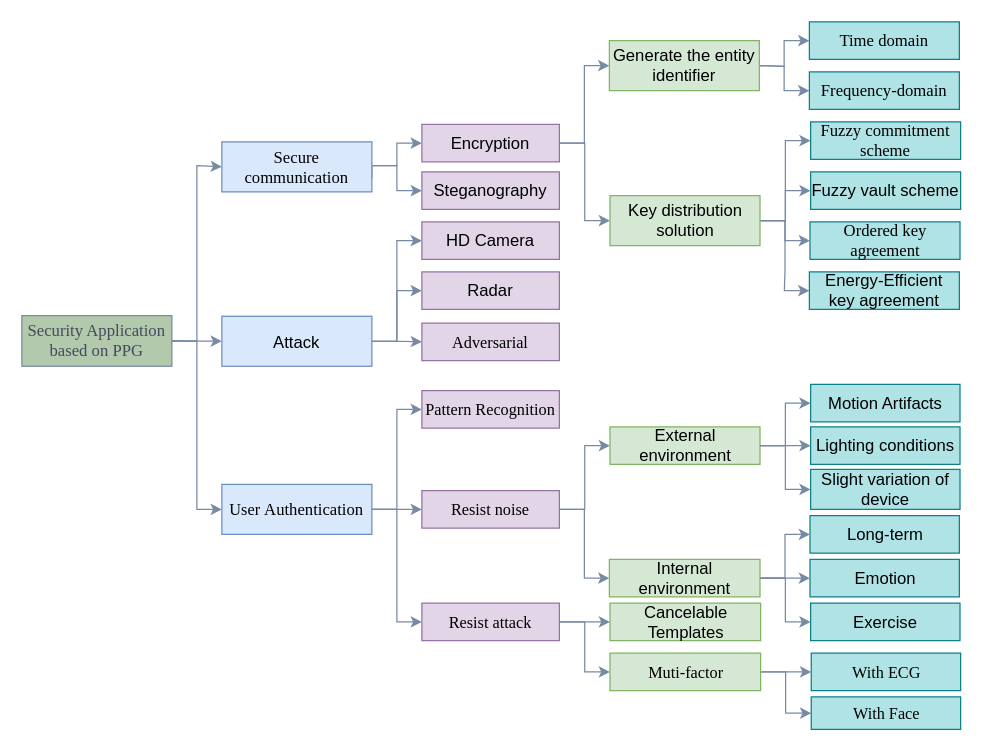
This is classDiagram.drawio from NasTul/Diagrams, a draw.io file, before an edit. Source tidied: cells renumbered, new cells numbered last; positions are measured from the earlier drawing's top-left corner, leaving out a move shared by most shapes. Both pictures are drawn from the tidied source at 125%, with x=0, y=0 at pixel (21, 21).
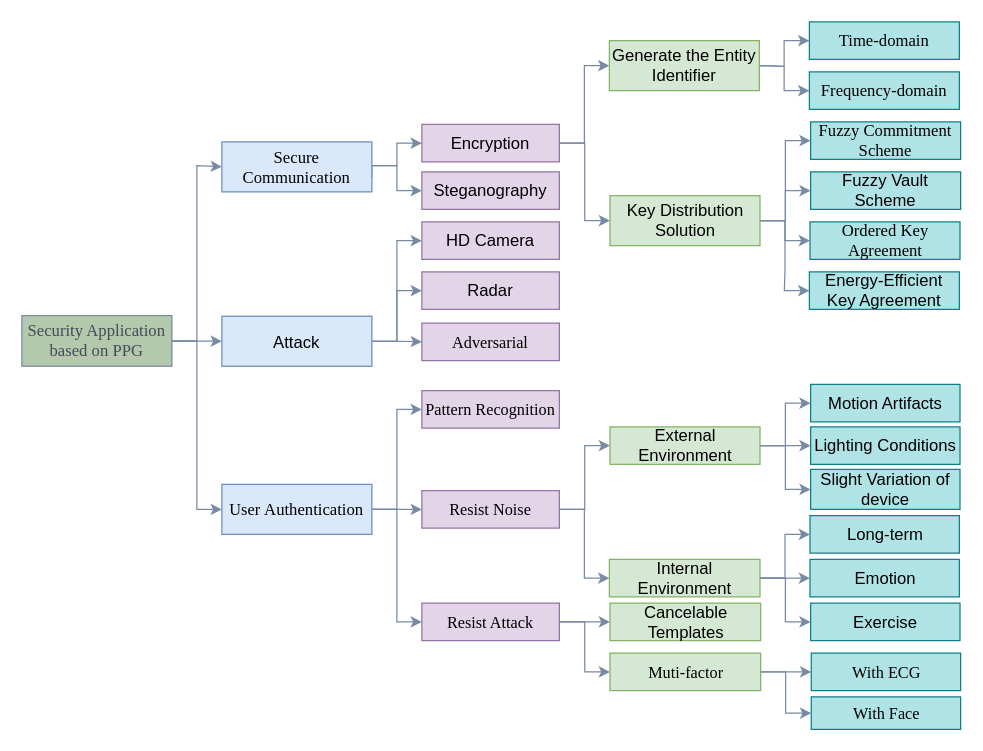
The same diagram, later.

The edit, as a diff of the source:
```diff
@@
-    <mxCell id="10" value="&lt;span style=&quot;font-size: 10pt&quot;&gt;&lt;font face=&quot;Times New Roman&quot;&gt;Secure communication&lt;/font&gt;&lt;/span&gt;" style="rounded=0;whiteSpace=wrap;html=1;fillColor=#dae8fc;strokeColor=#6c8ebf;" parent="1" vertex="1">
+    <mxCell id="10" value="&lt;span style=&quot;font-size: 10pt&quot;&gt;&lt;font face=&quot;Times New Roman&quot;&gt;Secure Communication&lt;/font&gt;&lt;/span&gt;" style="rounded=0;whiteSpace=wrap;html=1;fillColor=#dae8fc;strokeColor=#6c8ebf;" parent="1" vertex="1">
       <mxGeometry x="160" y="96" width="120" height="40" as="geometry" />
     </mxCell>
@@
-    <mxCell id="21" value="&lt;span style=&quot;font-family: &amp;#34;noto_regular&amp;#34; ; font-size: 10pt&quot;&gt;Generate the entity identifier&lt;/span&gt;" style="rounded=0;whiteSpace=wrap;html=1;fillColor=#d5e8d4;strokeColor=#82b366;" parent="1" vertex="1">
+    <mxCell id="21" value="&lt;span style=&quot;font-family: &amp;#34;noto_regular&amp;#34; ; font-size: 10pt&quot;&gt;Generate the Entity Identifier&lt;/span&gt;" style="rounded=0;whiteSpace=wrap;html=1;fillColor=#d5e8d4;strokeColor=#82b366;" parent="1" vertex="1">
       <mxGeometry x="470" y="15" width="120" height="40" as="geometry" />
     </mxCell>
@@
-    <mxCell id="26" value="&lt;span style=&quot;font-family: &amp;#34;noto_regular&amp;#34; ; font-size: 10pt&quot;&gt;Key distribution solution&lt;/span&gt;" style="rounded=0;whiteSpace=wrap;html=1;fillColor=#d5e8d4;strokeColor=#82b366;" parent="1" vertex="1">
+    <mxCell id="26" value="&lt;span style=&quot;font-family: &amp;#34;noto_regular&amp;#34; ; font-size: 10pt&quot;&gt;Key Distribution Solution&lt;/span&gt;" style="rounded=0;whiteSpace=wrap;html=1;fillColor=#d5e8d4;strokeColor=#82b366;" parent="1" vertex="1">
       <mxGeometry x="470.5" y="139" width="120" height="40" as="geometry" />
     </mxCell>
-    <mxCell id="27" value="&lt;span style=&quot;font-size: 10pt&quot;&gt;&lt;font face=&quot;Times New Roman&quot;&gt;Fuzzy commitment scheme&lt;/font&gt;&lt;/span&gt;" style="rounded=0;whiteSpace=wrap;html=1;fillColor=#b0e3e6;strokeColor=#0e8088;" parent="1" vertex="1">
+    <mxCell id="27" value="&lt;span style=&quot;font-size: 10pt&quot;&gt;&lt;font face=&quot;Times New Roman&quot;&gt;Fuzzy Commitment Scheme&lt;/font&gt;&lt;/span&gt;" style="rounded=0;whiteSpace=wrap;html=1;fillColor=#b0e3e6;strokeColor=#0e8088;" parent="1" vertex="1">
       <mxGeometry x="631" y="80" width="120" height="30" as="geometry" />
     </mxCell>
-    <mxCell id="28" value="&lt;span style=&quot;font-family: &amp;#34;noto_regular&amp;#34; ; font-size: 10pt&quot;&gt;Fuzzy vault scheme&lt;/span&gt;" style="rounded=0;whiteSpace=wrap;html=1;fillColor=#b0e3e6;strokeColor=#0e8088;" parent="1" vertex="1">
+    <mxCell id="28" value="&lt;span style=&quot;font-family: &amp;#34;noto_regular&amp;#34; ; font-size: 10pt&quot;&gt;Fuzzy Vault Scheme&lt;/span&gt;" style="rounded=0;whiteSpace=wrap;html=1;fillColor=#b0e3e6;strokeColor=#0e8088;" parent="1" vertex="1">
       <mxGeometry x="631" y="120" width="120" height="30" as="geometry" />
     </mxCell>
-    <mxCell id="29" value="&lt;span style=&quot;font-size: 10pt&quot;&gt;&lt;font face=&quot;Times New Roman&quot;&gt;Ordered key agreement&lt;/font&gt;&lt;/span&gt;" style="rounded=0;whiteSpace=wrap;html=1;fillColor=#b0e3e6;strokeColor=#0e8088;" parent="1" vertex="1">
+    <mxCell id="29" value="&lt;span style=&quot;font-size: 10pt&quot;&gt;&lt;font face=&quot;Times New Roman&quot;&gt;Ordered Key Agreement&lt;/font&gt;&lt;/span&gt;" style="rounded=0;whiteSpace=wrap;html=1;fillColor=#b0e3e6;strokeColor=#0e8088;" parent="1" vertex="1">
       <mxGeometry x="630.5" y="160" width="120" height="30" as="geometry" />
     </mxCell>
-    <mxCell id="30" value="&lt;span style=&quot;font-family: &amp;#34;noto_regular&amp;#34; ; font-size: 10pt&quot;&gt;Energy-Efficient key agreement&lt;/span&gt;" style="rounded=0;whiteSpace=wrap;html=1;fillColor=#b0e3e6;strokeColor=#0e8088;" parent="1" vertex="1">
+    <mxCell id="30" value="&lt;span style=&quot;font-family: &amp;#34;noto_regular&amp;#34; ; font-size: 10pt&quot;&gt;Energy-Efficient Key Agreement&lt;/span&gt;" style="rounded=0;whiteSpace=wrap;html=1;fillColor=#b0e3e6;strokeColor=#0e8088;" parent="1" vertex="1">
       <mxGeometry x="630" y="200" width="120" height="30" as="geometry" />
     </mxCell>
@@
-    <mxCell id="34" value="&lt;font face=&quot;noto_regular&quot;&gt;&lt;span style=&quot;font-size: 13.3333px&quot;&gt;External environment&lt;/span&gt;&lt;/font&gt;" style="rounded=0;whiteSpace=wrap;html=1;fillColor=#d5e8d4;strokeColor=#82b366;" parent="1" vertex="1">
+    <mxCell id="34" value="&lt;font face=&quot;noto_regular&quot;&gt;&lt;span style=&quot;font-size: 13.3333px&quot;&gt;External Environment&lt;/span&gt;&lt;/font&gt;" style="rounded=0;whiteSpace=wrap;html=1;fillColor=#d5e8d4;strokeColor=#82b366;" parent="1" vertex="1">
       <mxGeometry x="470.5" y="324" width="120" height="30" as="geometry" />
     </mxCell>
@@
-    <mxCell id="39" value="&lt;font face=&quot;noto_regular&quot;&gt;&lt;span style=&quot;font-size: 13.3333px&quot;&gt;Lighting conditions&lt;/span&gt;&lt;/font&gt;" style="rounded=0;whiteSpace=wrap;html=1;fillColor=#b0e3e6;strokeColor=#0e8088;" parent="1" vertex="1">
+    <mxCell id="39" value="&lt;font face=&quot;noto_regular&quot;&gt;&lt;span style=&quot;font-size: 13.3333px&quot;&gt;Lighting Conditions&lt;/span&gt;&lt;/font&gt;" style="rounded=0;whiteSpace=wrap;html=1;fillColor=#b0e3e6;strokeColor=#0e8088;" parent="1" vertex="1">
       <mxGeometry x="631" y="324" width="119.5" height="30" as="geometry" />
     </mxCell>
-    <mxCell id="40" value="&lt;font face=&quot;noto_regular&quot;&gt;&lt;span style=&quot;font-size: 13.3333px&quot;&gt;Slight variation of device&lt;/span&gt;&lt;/font&gt;" style="rounded=0;whiteSpace=wrap;html=1;fillColor=#b0e3e6;strokeColor=#0e8088;" parent="1" vertex="1">
+    <mxCell id="40" value="&lt;font face=&quot;noto_regular&quot;&gt;&lt;span style=&quot;font-size: 13.3333px&quot;&gt;Slight Variation of device&lt;/span&gt;&lt;/font&gt;" style="rounded=0;whiteSpace=wrap;html=1;fillColor=#b0e3e6;strokeColor=#0e8088;" parent="1" vertex="1">
       <mxGeometry x="631" y="358" width="119.5" height="32" as="geometry" />
     </mxCell>
@@
-    <mxCell id="42" value="&lt;p&gt;&lt;font face=&quot;noto_regular&quot;&gt;&lt;span style=&quot;font-size: 13.3333px&quot;&gt;Internal environment&lt;/span&gt;&lt;/font&gt;&lt;br&gt;&lt;/p&gt;" style="rounded=0;whiteSpace=wrap;html=1;fillColor=#d5e8d4;strokeColor=#82b366;" parent="1" vertex="1">
+    <mxCell id="42" value="&lt;p&gt;&lt;font face=&quot;noto_regular&quot;&gt;&lt;span style=&quot;font-size: 13.3333px&quot;&gt;Internal Environment&lt;/span&gt;&lt;/font&gt;&lt;br&gt;&lt;/p&gt;" style="rounded=0;whiteSpace=wrap;html=1;fillColor=#d5e8d4;strokeColor=#82b366;" parent="1" vertex="1">
       <mxGeometry x="470" y="430" width="120.5" height="30" as="geometry" />
     </mxCell>
@@
-    <mxCell id="47" value="&lt;font face=&quot;Times New Roman&quot;&gt;Resist noise&lt;/font&gt;" style="rounded=0;whiteSpace=wrap;html=1;fontSize=13;fillColor=#e1d5e7;strokeColor=#9673a6;" parent="1" vertex="1">
+    <mxCell id="47" value="&lt;font face=&quot;Times New Roman&quot;&gt;Resist Noise&lt;/font&gt;" style="rounded=0;whiteSpace=wrap;html=1;fontSize=13;fillColor=#e1d5e7;strokeColor=#9673a6;" parent="1" vertex="1">
       <mxGeometry x="320" y="375" width="110" height="30" as="geometry" />
     </mxCell>
@@
-    <mxCell id="51" value="&lt;font face=&quot;Times New Roman&quot;&gt;&lt;span style=&quot;font-size: 10pt&quot;&gt;Time &lt;/span&gt;&lt;span style=&quot;font-size: 13.3333px&quot;&gt;domain&lt;/span&gt;&lt;br&gt;&lt;/font&gt;" style="rounded=0;whiteSpace=wrap;html=1;fillColor=#b0e3e6;strokeColor=#0e8088;" parent="1" vertex="1">
+    <mxCell id="51" value="&lt;font face=&quot;Times New Roman&quot;&gt;&lt;span style=&quot;font-size: 10pt&quot;&gt;Time-&lt;/span&gt;&lt;span style=&quot;font-size: 13.3333px&quot;&gt;domain&lt;/span&gt;&lt;br&gt;&lt;/font&gt;" style="rounded=0;whiteSpace=wrap;html=1;fillColor=#b0e3e6;strokeColor=#0e8088;" parent="1" vertex="1">
       <mxGeometry x="630" width="120" height="30" as="geometry" />
     </mxCell>
@@
-    <mxCell id="63" value="&lt;font face=&quot;Times New Roman&quot;&gt;Resist attack&lt;/font&gt;" style="rounded=0;whiteSpace=wrap;html=1;fontSize=13;fillColor=#e1d5e7;strokeColor=#9673a6;" parent="1" vertex="1">
+    <mxCell id="63" value="&lt;font face=&quot;Times New Roman&quot;&gt;Resist Attack&lt;/font&gt;" style="rounded=0;whiteSpace=wrap;html=1;fontSize=13;fillColor=#e1d5e7;strokeColor=#9673a6;" parent="1" vertex="1">
       <mxGeometry x="320" y="465" width="110" height="30" as="geometry" />
     </mxCell>
```
